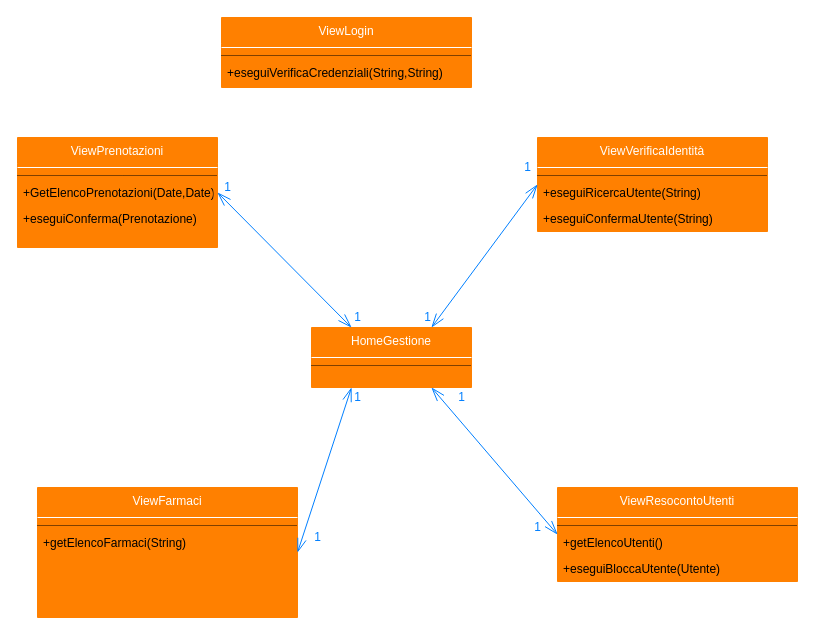
Earlier version of the draw.io diagram page "ViewFarmacia" (2 of 3) of drawio/Progettazione/DettaglioFarmacia.drawio (lnwor/farmabyte-doc). Source tidied: cells renumbered, new cells numbered last; positions are measured from the earlier drawing's top-left corner, leaving out a move shared by most shapes. Both pictures are drawn from the tidied source at 100%, with x=0, y=0 at pixel (17, 17).
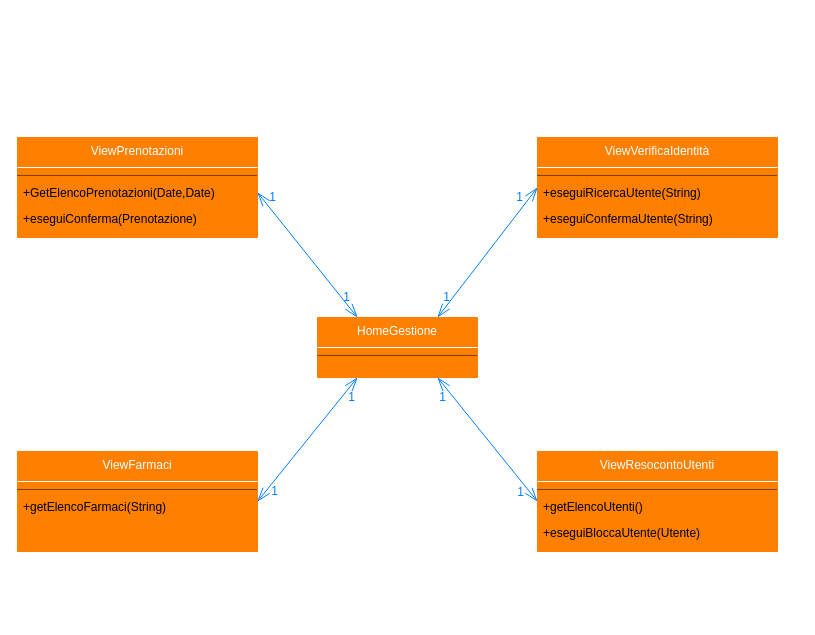
The same diagram, later.

What changed in the source:
```diff
@@
     <mxCell id="2" value="HomeGestione" style="swimlane;fontStyle=0;align=center;verticalAlign=top;horizontal=1;startSize=26;rounded=0;shadow=0;strokeWidth=1;fontColor=#ffffff;swimlaneFillColor=#FF8000;strokeColor=#FF8000;fillColor=#FF8000;" parent="1" vertex="1">
-      <mxGeometry x="294" y="310" width="160" height="60" as="geometry" />
+      <mxGeometry x="300" y="300" width="160" height="60" as="geometry" />
     </mxCell>
@@
     <mxCell id="5" value="ViewPrenotazioni" style="swimlane;fontStyle=0;align=center;verticalAlign=top;horizontal=1;startSize=26;rounded=0;shadow=0;strokeWidth=1;fontColor=#ffffff;swimlaneFillColor=#FF8000;strokeColor=#FF8000;fillColor=#FF8000;" parent="1" vertex="1">
-      <mxGeometry y="120" width="200" height="110" as="geometry" />
+      <mxGeometry y="120" width="240" height="100" as="geometry" />
     </mxCell>
     <mxCell id="6" style="line;html=1;strokeWidth=1;align=left;verticalAlign=middle;spacingTop=-1;spacingLeft=3;spacingRight=3;labelPosition=right;strokeColor=#FFFFFF;" parent="5" vertex="1">
-      <mxGeometry y="26" width="200" height="8" as="geometry" />
+      <mxGeometry y="26" width="240" height="8" as="geometry" />
     </mxCell>
     <mxCell id="7" style="line;html=1;strokeWidth=1;align=left;verticalAlign=middle;spacingTop=-1;spacingLeft=3;spacingRight=3;labelPosition=right;dashed=1;dashPattern=1 1;" parent="5" vertex="1">
-      <mxGeometry y="34" width="200" height="8" as="geometry" />
+      <mxGeometry y="34" width="240" height="8" as="geometry" />
     </mxCell>
     <mxCell id="8" value="+GetElencoPrenotazioni(Date,Date)" style="text;align=left;verticalAlign=top;spacingLeft=4;spacingRight=4;overflow=hidden;points=[[0,0.5],[1,0.5]];portConstraint=eastwest;" parent="5" vertex="1">
-      <mxGeometry y="42" width="200" height="26" as="geometry" />
+      <mxGeometry y="42" width="240" height="26" as="geometry" />
     </mxCell>
     <mxCell id="9" value="+eseguiConferma(Prenotazione)" style="text;align=left;verticalAlign=top;spacingLeft=4;spacingRight=4;overflow=hidden;" parent="5" vertex="1">
-      <mxGeometry y="68" width="200" height="26" as="geometry" />
+      <mxGeometry y="68" width="240" height="26" as="geometry" />
     </mxCell>
     <mxCell id="10" value="ViewVerificaIdentità" style="swimlane;fontStyle=0;align=center;verticalAlign=top;horizontal=1;startSize=26;rounded=0;shadow=0;strokeWidth=1;fontColor=#ffffff;swimlaneFillColor=#FF8000;strokeColor=#FF8000;fillColor=#FF8000;" parent="1" vertex="1">
-      <mxGeometry x="520" y="120" width="230" height="94" as="geometry" />
+      <mxGeometry x="520" y="120" width="240" height="100" as="geometry" />
     </mxCell>
     <mxCell id="11" style="line;html=1;strokeWidth=1;align=left;verticalAlign=middle;spacingTop=-1;spacingLeft=3;spacingRight=3;labelPosition=right;strokeColor=#FFFFFF;" parent="10" vertex="1">
-      <mxGeometry y="26" width="230" height="8" as="geometry" />
+      <mxGeometry y="26" width="240" height="8" as="geometry" />
     </mxCell>
     <mxCell id="12" style="line;html=1;strokeWidth=1;align=left;verticalAlign=middle;spacingTop=-1;spacingLeft=3;spacingRight=3;labelPosition=right;dashed=1;dashPattern=1 1;" parent="10" vertex="1">
-      <mxGeometry y="34" width="230" height="8" as="geometry" />
+      <mxGeometry y="34" width="240" height="8" as="geometry" />
     </mxCell>
     <mxCell id="13" value="+eseguiRicercaUtente(String)" style="text;align=left;verticalAlign=top;spacingLeft=4;spacingRight=4;overflow=hidden;" parent="10" vertex="1">
-      <mxGeometry y="42" width="230" height="26" as="geometry" />
+      <mxGeometry y="42" width="240" height="26" as="geometry" />
     </mxCell>
     <mxCell id="14" value="+eseguiConfermaUtente(String)" style="text;align=left;verticalAlign=top;spacingLeft=4;spacingRight=4;overflow=hidden;" parent="10" vertex="1">
-      <mxGeometry y="68" width="230" height="26" as="geometry" />
+      <mxGeometry y="68" width="240" height="26" as="geometry" />
     </mxCell>
     <mxCell id="15" value="ViewResocontoUtenti" style="swimlane;fontStyle=0;align=center;verticalAlign=top;horizontal=1;startSize=26;rounded=0;shadow=0;strokeWidth=1;fontColor=#ffffff;swimlaneFillColor=#FF8000;strokeColor=#FF8000;fillColor=#FF8000;" parent="1" vertex="1">
-      <mxGeometry x="540" y="470" width="240" height="94" as="geometry" />
+      <mxGeometry x="520" y="434" width="240" height="100" as="geometry" />
     </mxCell>
@@
     <mxCell id="20" value="ViewFarmaci" style="swimlane;fontStyle=0;align=center;verticalAlign=top;horizontal=1;startSize=26;rounded=0;shadow=0;strokeWidth=1;fontColor=#ffffff;swimlaneFillColor=#FF8000;strokeColor=#FF8000;fillColor=#FF8000;" parent="1" vertex="1">
-      <mxGeometry x="20" y="470" width="260" height="130" as="geometry" />
+      <mxGeometry y="434" width="240" height="100" as="geometry" />
     </mxCell>
     <mxCell id="21" style="line;html=1;strokeWidth=1;align=left;verticalAlign=middle;spacingTop=-1;spacingLeft=3;spacingRight=3;labelPosition=right;strokeColor=#FFFFFF;" parent="20" vertex="1">
-      <mxGeometry y="26" width="260" height="8" as="geometry" />
+      <mxGeometry y="26" width="240" height="8" as="geometry" />
     </mxCell>
     <mxCell id="22" style="line;html=1;strokeWidth=1;align=left;verticalAlign=middle;spacingTop=-1;spacingLeft=3;spacingRight=3;labelPosition=right;dashed=1;dashPattern=1 1;" parent="20" vertex="1">
-      <mxGeometry y="34" width="260" height="8" as="geometry" />
+      <mxGeometry y="34" width="240" height="8" as="geometry" />
     </mxCell>
     <mxCell id="23" value="+getElencoFarmaci(String)" style="text;align=left;verticalAlign=top;spacingLeft=4;spacingRight=4;overflow=hidden;" parent="20" vertex="1">
-      <mxGeometry y="42" width="260" height="26" as="geometry" />
+      <mxGeometry y="42" width="240" height="26" as="geometry" />
     </mxCell>
-    <mxCell id="24" value="ViewLogin" style="swimlane;fontStyle=0;align=center;verticalAlign=top;horizontal=1;startSize=26;rounded=0;shadow=0;strokeWidth=1;fontColor=#ffffff;swimlaneFillColor=#FF8000;strokeColor=#FF8000;fillColor=#FF8000;" parent="1" vertex="1">
-      <mxGeometry x="204" width="250" height="70" as="geometry" />
-    </mxCell>
-    <mxCell id="25" style="line;html=1;strokeWidth=1;align=left;verticalAlign=middle;spacingTop=-1;spacingLeft=3;spacingRight=3;labelPosition=right;strokeColor=#FFFFFF;" parent="24" vertex="1">
-      <mxGeometry y="26" width="250" height="8" as="geometry" />
-    </mxCell>
-    <mxCell id="26" style="line;html=1;strokeWidth=1;align=left;verticalAlign=middle;spacingTop=-1;spacingLeft=3;spacingRight=3;labelPosition=right;dashed=1;dashPattern=1 1;" parent="24" vertex="1">
-      <mxGeometry y="34" width="250" height="8" as="geometry" />
-    </mxCell>
-    <mxCell id="27" value="+eseguiVerificaCredenziali(String,String)" style="text;align=left;verticalAlign=top;spacingLeft=4;spacingRight=4;overflow=hidden;" parent="24" vertex="1">
-      <mxGeometry y="42" width="250" height="26" as="geometry" />
-    </mxCell>
-    <mxCell id="28" style="endArrow=openThin;html=1;exitX=0.25;exitY=0;exitDx=0;exitDy=0;endFill=0;jumpSize=6;startSize=12;endSize=12;strokeColor=#007FFF;startArrow=openThin;startFill=0;entryX=1;entryY=0.5;entryDx=0;entryDy=0;" parent="1" edge="1" source="2" target="8">
+    <mxCell id="28" style="endArrow=openThin;html=1;endFill=0;jumpSize=6;startSize=12;endSize=12;strokeColor=#007FFF;startArrow=openThin;startFill=0;entryX=1;entryY=0.5;entryDx=0;entryDy=0;exitX=0.25;exitY=0;exitDx=0;exitDy=0;" parent="1" edge="1" source="2" target="8">
       <mxGeometry relative="1" as="geometry" />
     </mxCell>
-    <mxCell id="29" style="endArrow=openThin;html=1;exitX=0.75;exitY=0;exitDx=0;exitDy=0;endFill=0;jumpSize=6;startSize=12;endSize=12;strokeColor=#007FFF;startArrow=openThin;startFill=0;entryX=0;entryY=0.5;entryDx=0;entryDy=0;" parent="1" edge="1" source="2" target="10">
+    <mxCell id="29" style="endArrow=openThin;html=1;endFill=0;jumpSize=6;startSize=12;endSize=12;strokeColor=#007FFF;startArrow=openThin;startFill=0;entryX=0;entryY=0.5;entryDx=0;entryDy=0;exitX=0.75;exitY=0;exitDx=0;exitDy=0;" parent="1" edge="1" source="2" target="10">
       <mxGeometry relative="1" as="geometry" />
     </mxCell>
-    <mxCell id="30" style="endArrow=openThin;html=1;endFill=0;jumpSize=6;startSize=12;endSize=12;strokeColor=#007FFF;startArrow=openThin;startFill=0;entryX=0.75;entryY=1;entryDx=0;entryDy=0;exitX=0;exitY=0.5;exitDx=0;exitDy=0;" parent="1" edge="1" source="15" target="2">
+    <mxCell id="30" style="endArrow=openThin;html=1;endFill=0;jumpSize=6;startSize=12;endSize=12;strokeColor=#007FFF;startArrow=openThin;startFill=0;exitX=0;exitY=0.5;exitDx=0;exitDy=0;entryX=0.75;entryY=1;entryDx=0;entryDy=0;" parent="1" edge="1" source="15" target="2">
       <mxGeometry relative="1" as="geometry" />
     </mxCell>
@@
     <mxCell id="32" value="&lt;font color=&quot;#007fff&quot;&gt;1&lt;/font&gt;" style="text;html=1;align=center;verticalAlign=middle;strokeColor=none;" parent="1" vertex="1">
-      <mxGeometry x="330" y="290" width="20" height="20" as="geometry" />
+      <mxGeometry x="319" y="270" width="20" height="20" as="geometry" />
     </mxCell>
     <mxCell id="33" value="&lt;font color=&quot;#007fff&quot;&gt;1&lt;/font&gt;" style="text;html=1;align=center;verticalAlign=middle;strokeColor=none;" parent="1" vertex="1">
-      <mxGeometry x="400" y="290" width="20" height="20" as="geometry" />
+      <mxGeometry x="419" y="270" width="20" height="20" as="geometry" />
     </mxCell>
     <mxCell id="34" value="&lt;font color=&quot;#007fff&quot;&gt;1&lt;/font&gt;" style="text;html=1;align=center;verticalAlign=middle;strokeColor=none;" parent="1" vertex="1">
-      <mxGeometry x="500" y="140" width="20" height="20" as="geometry" />
+      <mxGeometry x="492" y="170" width="20" height="20" as="geometry" />
     </mxCell>
     <mxCell id="35" value="&lt;font color=&quot;#007fff&quot;&gt;1&lt;/font&gt;" style="text;html=1;align=center;verticalAlign=middle;strokeColor=none;" parent="1" vertex="1">
-      <mxGeometry x="434" y="370" width="20" height="20" as="geometry" />
+      <mxGeometry x="415" y="370" width="20" height="20" as="geometry" />
     </mxCell>
     <mxCell id="36" value="&lt;font color=&quot;#007fff&quot;&gt;1&lt;/font&gt;" style="text;html=1;align=center;verticalAlign=middle;strokeColor=none;" parent="1" vertex="1">
-      <mxGeometry x="510" y="500" width="20" height="20" as="geometry" />
+      <mxGeometry x="493" y="465" width="20" height="20" as="geometry" />
     </mxCell>
     <mxCell id="37" value="&lt;font color=&quot;#007fff&quot;&gt;1&lt;/font&gt;" style="text;html=1;align=center;verticalAlign=middle;strokeColor=none;" parent="1" vertex="1">
-      <mxGeometry x="200" y="160" width="20" height="20" as="geometry" />
+      <mxGeometry x="245" y="170" width="20" height="20" as="geometry" />
     </mxCell>
     <mxCell id="38" value="&lt;font color=&quot;#007fff&quot;&gt;1&lt;/font&gt;" style="text;html=1;align=center;verticalAlign=middle;strokeColor=none;" parent="1" vertex="1">
-      <mxGeometry x="330" y="370" width="20" height="20" as="geometry" />
+      <mxGeometry x="324" y="370" width="20" height="20" as="geometry" />
     </mxCell>
     <mxCell id="39" value="&lt;font color=&quot;#007fff&quot;&gt;1&lt;/font&gt;" style="text;html=1;align=center;verticalAlign=middle;strokeColor=none;" parent="1" vertex="1">
-      <mxGeometry x="290" y="510" width="20" height="20" as="geometry" />
+      <mxGeometry x="247" y="464" width="20" height="20" as="geometry" />
     </mxCell>
```
